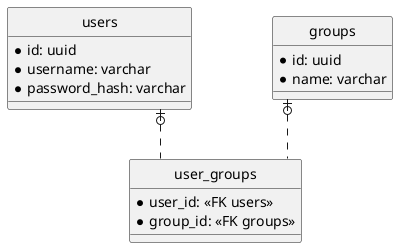
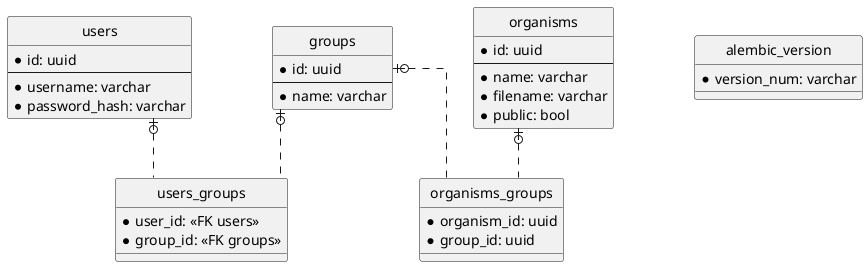
@startuml database_schema

skinparam Linetype ortho
skinparam Nodesep 80
skinparam Ranksep 50
skinparam backgroundColor transparent

hide circle

entity users {
    *id: uuid
+     ---
    *username: varchar
    *password_hash: varchar
}

entity groups {
    *id: uuid
+     ---
    *name: varchar
}

- entity user_groups {
+ entity users_groups {
    *user_id: <<FK users>>
    *group_id: <<FK groups>>
}

- users  |o.. user_groups
- groups |o.. user_groups
+ entity organisms {
+     *id: uuid
+     ---
+     *name: varchar
+     *filename: varchar
+     *public: bool
+ }
+ 
+ entity organisms_groups {
+     *organism_id: uuid
+     *group_id: uuid
+ }
+ 
+ entity alembic_version {
+     *version_num: varchar
+ }
+ 
+ users  |o.. users_groups
+ groups |o.. users_groups
+ 
+ groups |o.. organisms_groups
+ organisms |o.. organisms_groups

@enduml